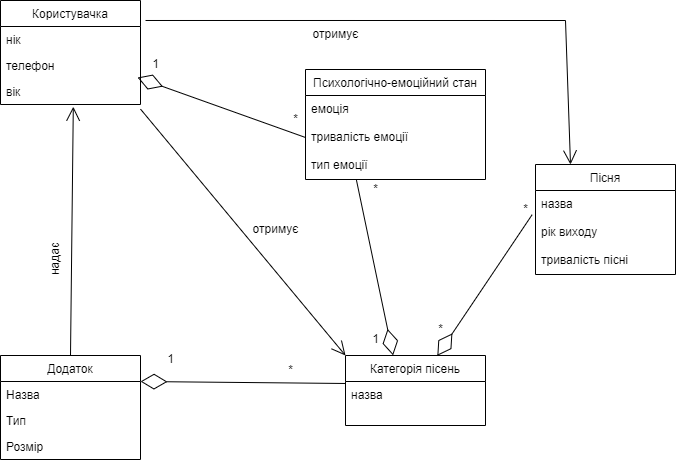
Above: 2-SoftwareDesign/2.1-UMLConceptClasses/UML.drawio.png in oleksandrblazhko/nai205-guda (draw.io), before the change. Source tidied: cells renumbered, new cells last; positions are measured from the earlier drawing's top-left corner, leaving out a move shared by most shapes.
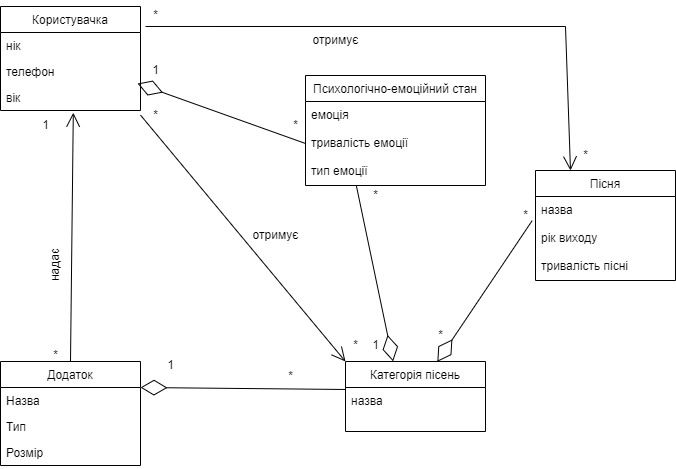
Later version of the same file.

Diff of the diagram source:
```diff
@@ -102,5 +102,23 @@
     <mxCell id="33" value="*" style="text;html=1;align=center;verticalAlign=middle;strokeColor=none;fillColor=none;" parent="1" vertex="1">
       <mxGeometry x="510" y="194" width="30" height="30" as="geometry" />
     </mxCell>
+    <mxCell id="34" value="1" style="text;html=1;align=center;verticalAlign=middle;strokeColor=none;fillColor=none;" parent="1" vertex="1">
+      <mxGeometry x="30" y="104" width="30" height="30" as="geometry" />
+    </mxCell>
+    <mxCell id="35" value="*" style="text;html=1;align=center;verticalAlign=middle;strokeColor=none;fillColor=none;" parent="1" vertex="1">
+      <mxGeometry x="40" y="334" width="30" height="30" as="geometry" />
+    </mxCell>
+    <mxCell id="36" value="*" style="text;html=1;align=center;verticalAlign=middle;strokeColor=none;fillColor=none;" parent="1" vertex="1">
+      <mxGeometry x="140" y="94" width="30" height="30" as="geometry" />
+    </mxCell>
+    <mxCell id="37" value="*" style="text;html=1;align=center;verticalAlign=middle;strokeColor=none;fillColor=none;" parent="1" vertex="1">
+      <mxGeometry x="340" y="324" width="30" height="30" as="geometry" />
+    </mxCell>
+    <mxCell id="38" value="*" style="text;html=1;align=center;verticalAlign=middle;strokeColor=none;fillColor=none;" parent="1" vertex="1">
+      <mxGeometry x="140" y="-6" width="30" height="30" as="geometry" />
+    </mxCell>
+    <mxCell id="39" value="*" style="text;html=1;align=center;verticalAlign=middle;strokeColor=none;fillColor=none;" parent="1" vertex="1">
+      <mxGeometry x="570" y="134" width="30" height="30" as="geometry" />
+    </mxCell>
   </root>
 </mxGraphModel>
```
